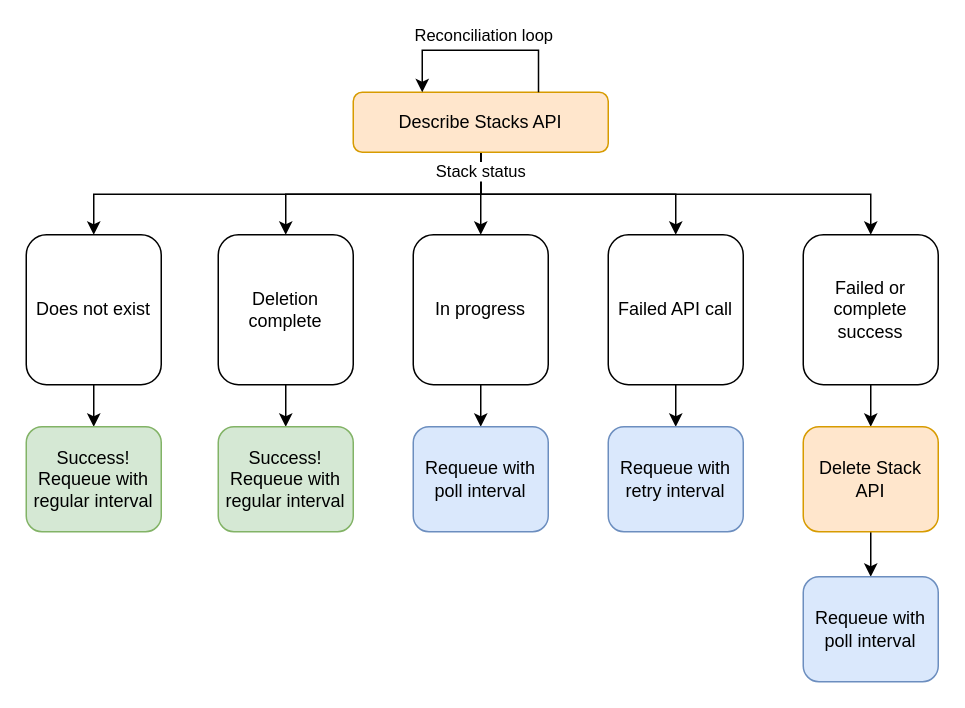
The draw.io diagram page "Deletion Loop" (2 of 2) of docs/diagrams/reconciliation-loop.drawio in awslabs/aws-cloudformation-controller-for-flux, before the edit. Source tidied: cells renumbered, new cells numbered last; positions are measured from the earlier drawing's top-left corner, leaving out a move shared by most shapes. Both pictures are drawn from the tidied source at 150%, with x=0, y=0 at pixel (26, 50).
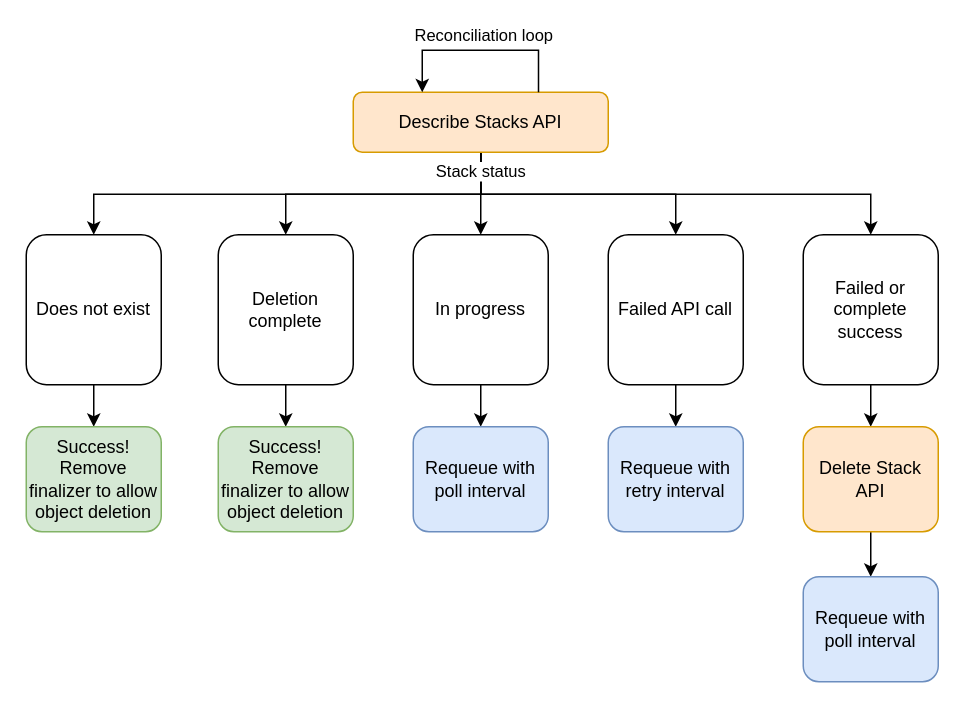
After the change.

Diff of the diagram source:
```diff
@@
-    <mxCell id="18" value="Success!&lt;br&gt;Requeue with regular interval" style="rounded=1;whiteSpace=wrap;html=1;fontSize=12;glass=0;strokeWidth=1;shadow=0;fillColor=#d5e8d4;strokeColor=#82b366;" parent="1" vertex="1">
+    <mxCell id="18" value="Success!&lt;br&gt;Remove finalizer to allow object deletion" style="rounded=1;whiteSpace=wrap;html=1;fontSize=12;glass=0;strokeWidth=1;shadow=0;fillColor=#d5e8d4;strokeColor=#82b366;" parent="1" vertex="1">
       <mxGeometry y="251" width="90" height="70" as="geometry" />
     </mxCell>
-    <mxCell id="19" value="Success!&lt;br&gt;Requeue with regular interval" style="rounded=1;whiteSpace=wrap;html=1;fontSize=12;glass=0;strokeWidth=1;shadow=0;fillColor=#d5e8d4;strokeColor=#82b366;" parent="1" vertex="1">
+    <mxCell id="19" value="Success!&lt;br style=&quot;border-color: var(--border-color);&quot;&gt;Remove finalizer to allow object deletion" style="rounded=1;whiteSpace=wrap;html=1;fontSize=12;glass=0;strokeWidth=1;shadow=0;fillColor=#d5e8d4;strokeColor=#82b366;" parent="1" vertex="1">
       <mxGeometry x="128" y="251" width="90" height="70" as="geometry" />
     </mxCell>
```
